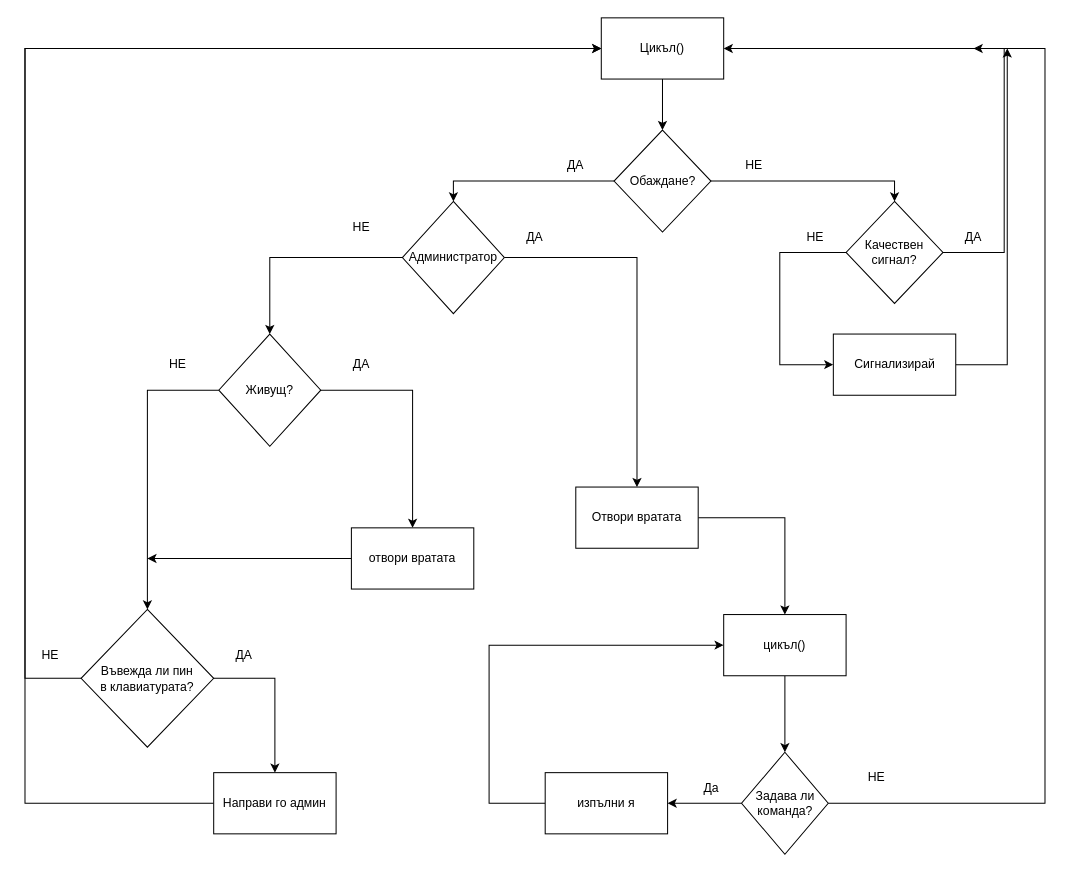
DanielDimitrov123/Smart-Domophone keeps this draw.io diagram as Active Block Diagram.drawio. Above is the earlier version. Source tidied: cells renumbered, new cells numbered last; positions are measured from the earlier drawing's top-left corner, leaving out a move shared by most shapes. Both pictures are drawn from the tidied source at 102%, with x=0, y=0 at pixel (19, 17).
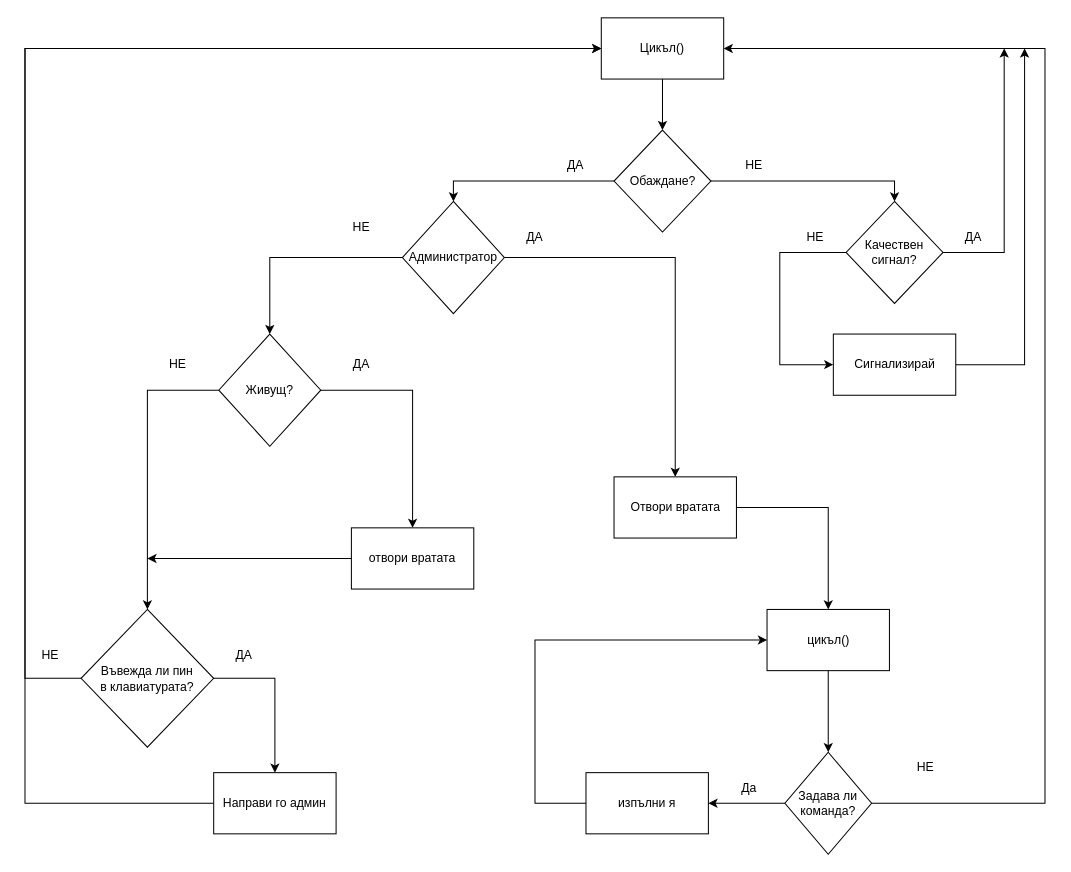
The same page after the edit.

The change refers to these unchanged cells:
```xml
<mxCell id="3" value="Цикъл()" style="rounded=0;whiteSpace=wrap;html=1;" parent="1" vertex="1">
  <mxGeometry x="570" width="120" height="60" as="geometry" />
</mxCell>
<mxCell id="10" value="Качествен&lt;div&gt;сигнал?&lt;/div&gt;" style="rhombus;whiteSpace=wrap;html=1;" parent="1" vertex="1">
  <mxGeometry x="810" y="180" width="95" height="100" as="geometry" />
</mxCell>
<mxCell id="14" value="Сигнализирай" style="rounded=0;whiteSpace=wrap;html=1;" parent="1" vertex="1">
  <mxGeometry x="797.5" y="310" width="120" height="60" as="geometry" />
</mxCell>
```

Diff of the diagram source:
```diff
@@
-    <mxCell id="7" style="edgeStyle=orthogonalEdgeStyle;rounded=0;jettySize=auto;html=1;exitX=1;exitY=0.5;exitDx=0;exitDy=0;entryX=1;entryY=0.5;entryDx=0;entryDy=0;" parent="1" edge="1" source="10" target="3">
+    <mxCell id="7" style="edgeStyle=orthogonalEdgeStyle;rounded=0;jettySize=auto;html=1;exitX=1;exitY=0.5;exitDx=0;exitDy=0;" parent="1" edge="1" source="10">
       <mxGeometry relative="1" as="geometry">
+        <mxPoint x="965" y="30" as="targetPoint" />
         <Array as="points">
           <mxPoint x="965" y="230" />
-          <mxPoint x="965" y="30" />
+          <mxPoint x="965" y="40" />
         </Array>
       </mxGeometry>
     </mxCell>
@@
     <mxCell id="13" style="edgeStyle=orthogonalEdgeStyle;rounded=0;jettySize=auto;html=1;exitX=1;exitY=0.5;exitDx=0;exitDy=0;" parent="1" edge="1" source="14">
       <mxGeometry relative="1" as="geometry">
-        <mxPoint x="968" y="30" as="targetPoint" />
+        <mxPoint x="985" y="30" as="targetPoint" />
         <Array as="points">
-          <mxPoint x="968" y="340" />
-          <mxPoint x="968" y="40" />
+          <mxPoint x="985" y="340" />
         </Array>
       </mxGeometry>
     </mxCell>
@@
     <mxCell id="29" value="Отвори вратата" style="rounded=0;whiteSpace=wrap;html=1;" parent="1" vertex="1">
-      <mxGeometry x="545" y="460" width="120" height="60" as="geometry" />
+      <mxGeometry x="582.5" y="450" width="120" height="60" as="geometry" />
     </mxCell>
@@
-    <mxCell id="36" style="edgeStyle=orthogonalEdgeStyle;rounded=0;jettySize=auto;html=1;exitX=1;exitY=0.5;exitDx=0;exitDy=0;" parent="1" edge="1" source="37">
+    <mxCell id="36" style="edgeStyle=orthogonalEdgeStyle;rounded=0;jettySize=auto;html=1;exitX=1;exitY=0.5;exitDx=0;exitDy=0;entryX=1;entryY=0.5;entryDx=0;entryDy=0;" parent="1" edge="1" source="37" target="3">
       <mxGeometry relative="1" as="geometry">
-        <mxPoint x="935" y="30" as="targetPoint" />
         <Array as="points">
           <mxPoint x="1005" y="770" />
           <mxPoint x="1005" y="30" />
         </Array>
       </mxGeometry>
     </mxCell>
     <mxCell id="37" value="Задава ли команда?" style="rhombus;whiteSpace=wrap;html=1;rounded=0;" parent="1" vertex="1">
-      <mxGeometry x="707.5" y="720" width="85" height="100" as="geometry" />
+      <mxGeometry x="750" y="720" width="85" height="100" as="geometry" />
     </mxCell>
     <mxCell id="38" style="edgeStyle=orthogonalEdgeStyle;rounded=0;jettySize=auto;html=1;exitX=0;exitY=0.5;exitDx=0;exitDy=0;entryX=0;entryY=0.5;entryDx=0;entryDy=0;" parent="1" edge="1" source="39" target="41">
       <mxGeometry relative="1" as="geometry">
         <Array as="points">
-          <mxPoint x="460" y="770" />
-          <mxPoint x="460" y="615" />
+          <mxPoint x="505" y="770" />
+          <mxPoint x="505" y="610" />
         </Array>
       </mxGeometry>
     </mxCell>
     <mxCell id="39" value="изпълни я" style="whiteSpace=wrap;html=1;rounded=0;" parent="1" vertex="1">
-      <mxGeometry x="515" y="740" width="120" height="60" as="geometry" />
+      <mxGeometry x="555" y="740" width="120" height="60" as="geometry" />
     </mxCell>
@@
     <mxCell id="41" value="цикъл()" style="whiteSpace=wrap;html=1;rounded=0;" parent="1" vertex="1">
-      <mxGeometry x="690" y="585" width="120" height="60" as="geometry" />
+      <mxGeometry x="732.5" y="580" width="120" height="60" as="geometry" />
     </mxCell>
     <mxCell id="42" value="Да" style="text;html=1;align=center;verticalAlign=middle;whiteSpace=wrap;rounded=0;" parent="1" vertex="1">
-      <mxGeometry x="647.5" y="740" width="60" height="30" as="geometry" />
+      <mxGeometry x="685" y="740" width="60" height="30" as="geometry" />
     </mxCell>
     <mxCell id="43" value="НЕ" style="text;html=1;align=center;verticalAlign=middle;whiteSpace=wrap;rounded=0;" parent="1" vertex="1">
-      <mxGeometry x="810" y="730" width="60" height="30" as="geometry" />
+      <mxGeometry x="857.5" y="720" width="60" height="30" as="geometry" />
     </mxCell>
```
